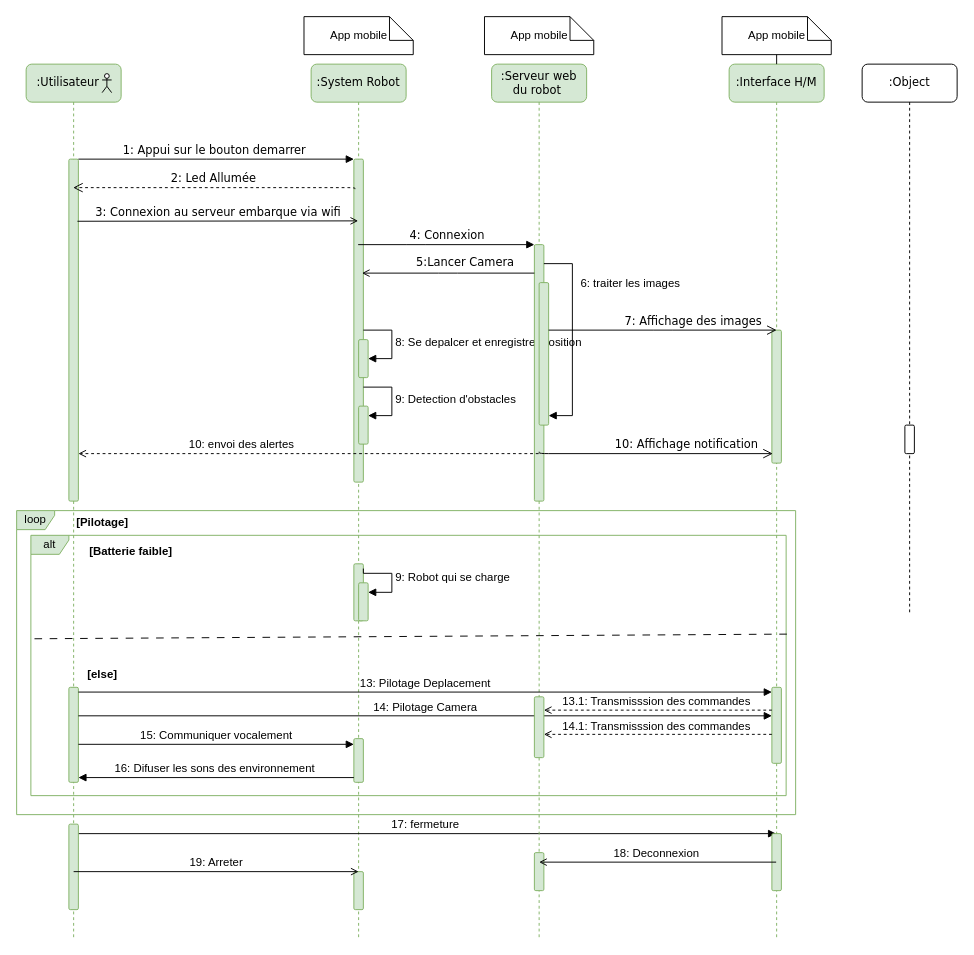
Before: seq.drawio in wafaez/SysML, a draw.io diagram. Source tidied: cells renumbered, new cells numbered last; positions are measured from the earlier drawing's top-left corner, leaving out a move shared by most shapes. Both pictures are drawn from the tidied source at 95%, with x=0, y=0 at pixel (16, 16).
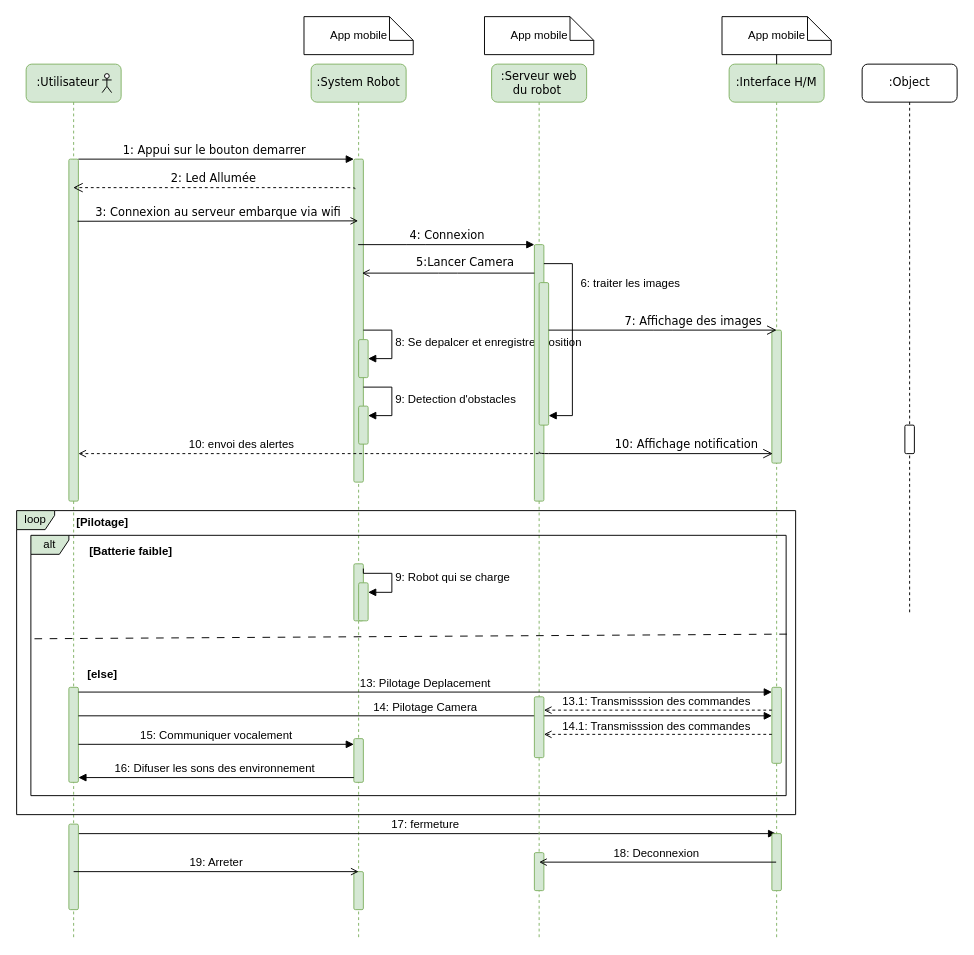
The same page after the edit.

Change to the diagram source:
```diff
@@
-    <mxCell id="33" value="loop" style="shape=umlFrame;whiteSpace=wrap;html=1;width=40;height=20;labelBackgroundColor=none;rounded=1;fillColor=#d5e8d4;strokeColor=#82b366;" parent="1" vertex="1">
+    <mxCell id="33" value="loop" style="shape=umlFrame;whiteSpace=wrap;html=1;width=40;height=20;labelBackgroundColor=none;rounded=1;fillColor=#d5e8d4;strokeColor=#000000;" parent="1" vertex="1">
       <mxGeometry y="520" width="820" height="320" as="geometry" />
     </mxCell>
-    <mxCell id="34" value="alt" style="shape=umlFrame;whiteSpace=wrap;html=1;width=40;height=20;shadow=0;swimlaneFillColor=none;labelBackgroundColor=none;rounded=1;fillColor=#d5e8d4;strokeColor=#82b366;" parent="1" vertex="1">
+    <mxCell id="34" value="alt" style="shape=umlFrame;whiteSpace=wrap;html=1;width=40;height=20;shadow=0;swimlaneFillColor=none;labelBackgroundColor=none;rounded=1;fillColor=#d5e8d4;strokeColor=#000000;" parent="1" vertex="1">
       <mxGeometry x="15" y="546" width="795" height="274" as="geometry" />
     </mxCell>
```
